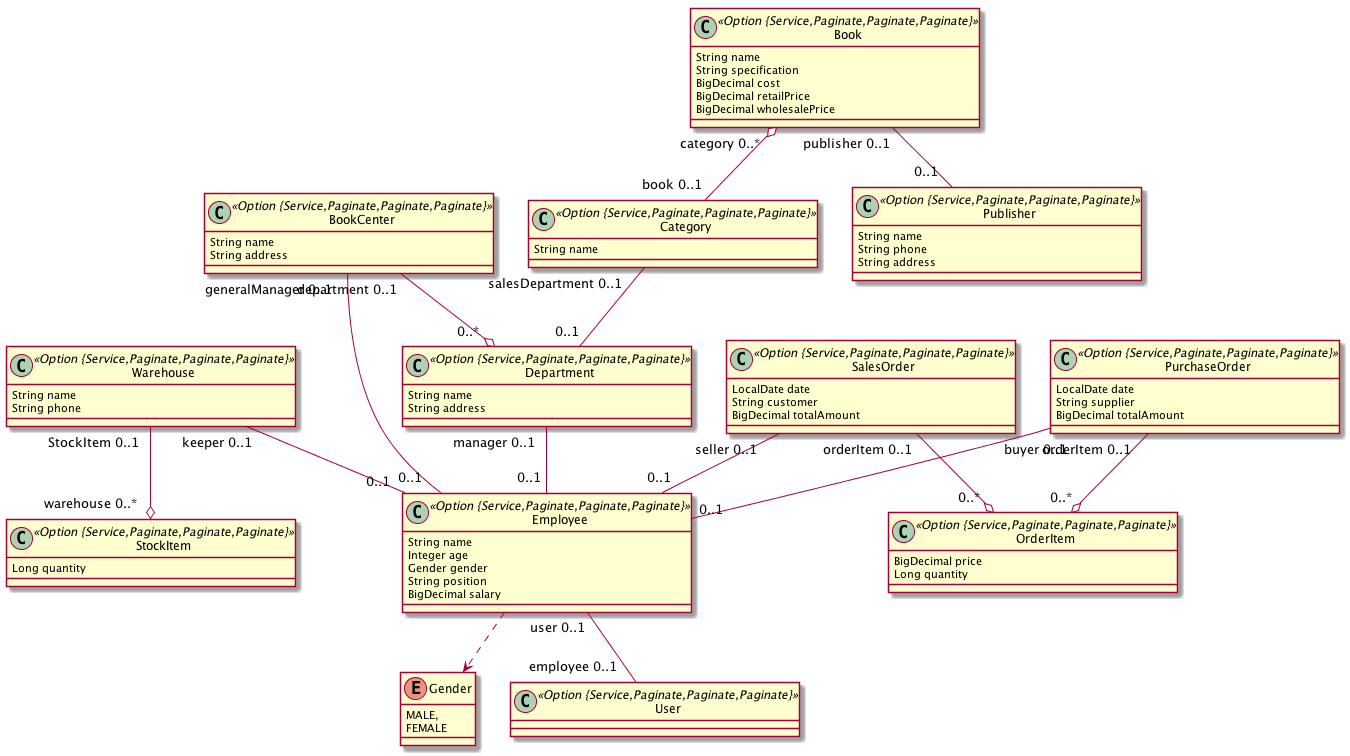
henryL1N/bookcenter keeps this PlantUML diagram as BookCenter.png. Above is the earlier version.
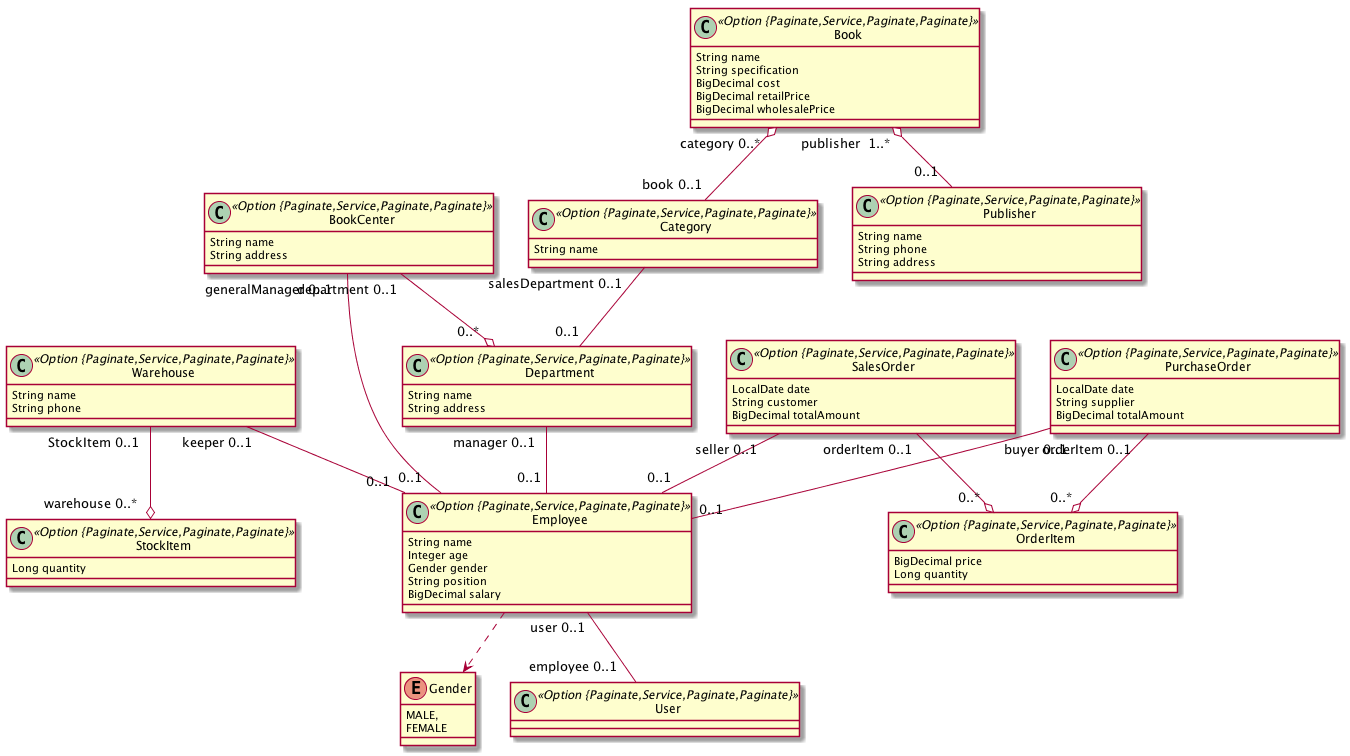
After the commit.

The edit, as a diff of the source:
```diff
@@ -1,24 +1,24 @@
 @startuml
 	!pragma syntax class
-	class Book <<Option {Service,Paginate,Paginate,Paginate}>> {
+	class Book <<Option {Paginate,Service,Paginate,Paginate}>> {
 		String name
 		String specification
 		BigDecimal cost
 		BigDecimal retailPrice
 		BigDecimal wholesalePrice
 	}
-	class BookCenter <<Option {Service,Paginate,Paginate,Paginate}>> {
+	class BookCenter <<Option {Paginate,Service,Paginate,Paginate}>> {
 		String name
 		String address
 	}
-	class Category <<Option {Service,Paginate,Paginate,Paginate}>> {
+	class Category <<Option {Paginate,Service,Paginate,Paginate}>> {
 		String name
 	}
-	class Department <<Option {Service,Paginate,Paginate,Paginate}>> {
+	class Department <<Option {Paginate,Service,Paginate,Paginate}>> {
 		String name
 		String address
 	}
-	class Employee <<Option {Service,Paginate,Paginate,Paginate}>> {
+	class Employee <<Option {Paginate,Service,Paginate,Paginate}>> {
 		String name
 		Integer age
 		Gender gender
@@ -30,33 +30,32 @@
 		MALE,
 		FEMALE
 	}
-	class Publisher <<Option {Service,Paginate,Paginate,Paginate}>> {
+	class Publisher <<Option {Paginate,Service,Paginate,Paginate}>> {
 		String name
 		String phone
 		String address
 	}
-	class StockItem <<Option {Service,Paginate,Paginate,Paginate}>> {
+	class StockItem <<Option {Paginate,Service,Paginate,Paginate}>> {
 		Long quantity
 	}
-	class Warehouse <<Option {Service,Paginate,Paginate,Paginate}>> {
+	class Warehouse <<Option {Paginate,Service,Paginate,Paginate}>> {
 		String name
 		String phone
 	}
-	class PurchaseOrder <<Option {Service,Paginate,Paginate,Paginate}>> {
+	class PurchaseOrder <<Option {Paginate,Service,Paginate,Paginate}>> {
 		LocalDate date
 		String supplier
 		BigDecimal totalAmount
 	}
-	class SalesOrder <<Option {Service,Paginate,Paginate,Paginate}>> {
+	class SalesOrder <<Option {Paginate,Service,Paginate,Paginate}>> {
 		LocalDate date
 		String customer
 		BigDecimal totalAmount
 	}
-	class OrderItem <<Option {Service,Paginate,Paginate,Paginate}>> {
+	class OrderItem <<Option {Paginate,Service,Paginate,Paginate}>> {
 		BigDecimal price
 		Long quantity
 	}
-	Book  "publisher 0..1 " -- "0..1 "  Publisher
 	BookCenter  "generalManager 0..1 " -- "0..1 "  Employee
 	Category  "salesDepartment 0..1 " -- "0..1 "  Department
 	Department  "manager 0..1 " -- "0..1 "  Employee
@@ -67,8 +66,9 @@
 	BookCenter  "department 0..1 " --o "0..* "  Department
 	PurchaseOrder  "orderItem 0..1 " --o "0..* "  OrderItem
 	SalesOrder  "orderItem 0..1 " --o "0..* "  OrderItem
+	Book  "publisher  1..* " o-- "0..1 "  Publisher
 	Book  "category 0..* " o-- "book 0..1 "  Category
 	Warehouse  "StockItem 0..1 " --o "warehouse 0..* "  StockItem
-	class User <<Option {Service,Paginate,Paginate,Paginate}>> {
+	class User <<Option {Paginate,Service,Paginate,Paginate}>> {
 	}
 @enduml
```
